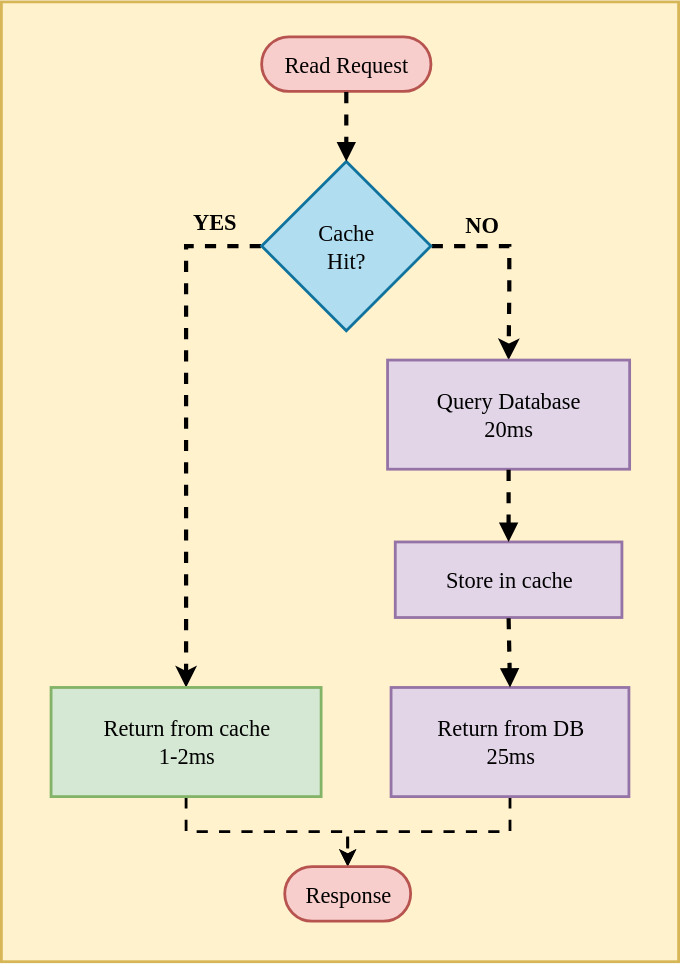
This is FastAPI-Basics-Lab-assets/Lab-7/images/archi_diagrams/Lab-7_cache-aside.drawio.svg from poridhiEng/lab-asset, a draw.io export, as it was before one commit. Source tidied: cells renumbered, new cells last; positions are measured from the earlier drawing's top-left corner, leaving out a move shared by most shapes.
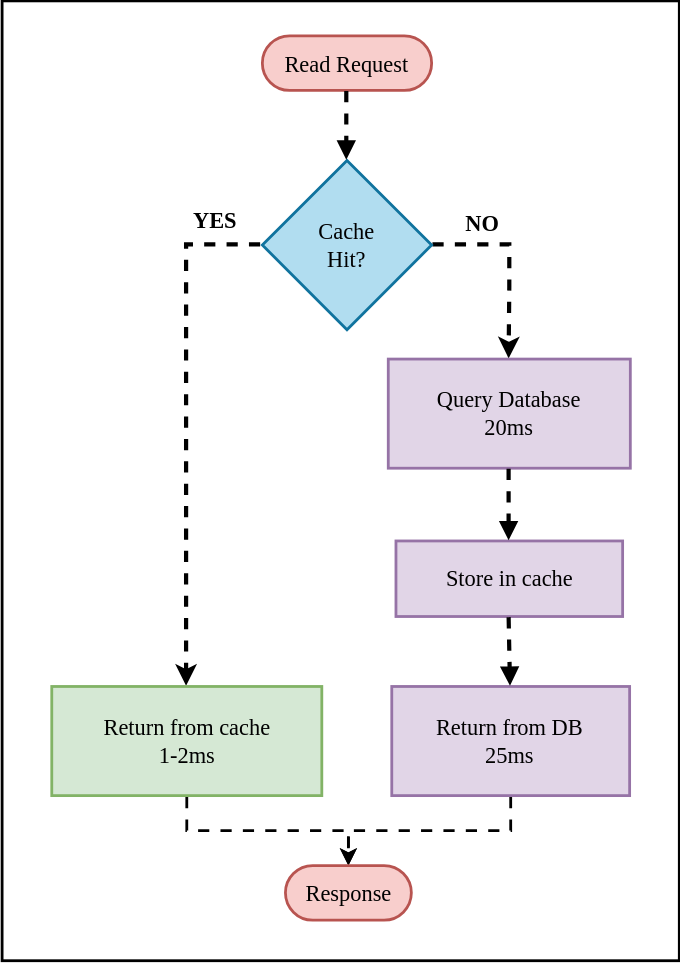
After the change.

What changed in the source:
```diff
@@ -2,9 +2,9 @@
   <root>
     <mxCell id="0" />
     <mxCell id="1" parent="0" />
-    <mxCell id="2" style="whiteSpace=wrap;strokeWidth=2;fillColor=#fff2cc;strokeColor=#d6b656;fontFamily=Verdana;fontSize=16;" parent="1" vertex="1">
-      <mxGeometry width="484" height="686" as="geometry" />
-    </mxCell>
+    <mxCell id="19" style="whiteSpace=wrap;strokeWidth=2;fontFamily=Verdana;fontSize=16;" parent="1" vertex="1">
+      <mxGeometry width="484" height="686" as="geometry" />
+    </mxCell>
     <mxCell id="3" value="Read Request" style="rounded=1;whiteSpace=wrap;arcSize=50;strokeWidth=2;fillColor=#f8cecc;strokeColor=#b85450;fontFamily=Verdana;fontSize=16;" parent="1" vertex="1">
       <mxGeometry x="186" y="25" width="121" height="39" as="geometry" />
     </mxCell>
```
